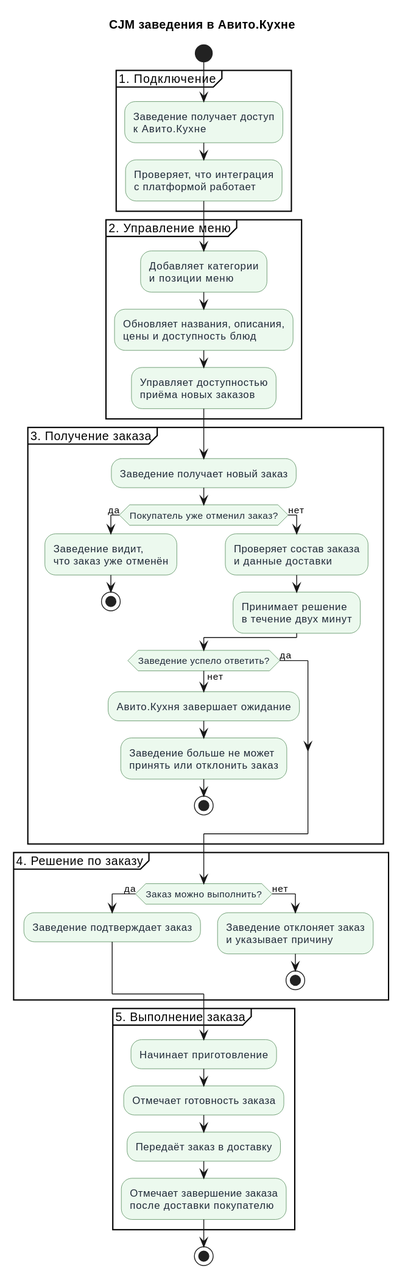
The PlantUML diagram docs/diagrams/establishment-cjm.svg in DevDashkovsky/kitchen-avito, before a commit.
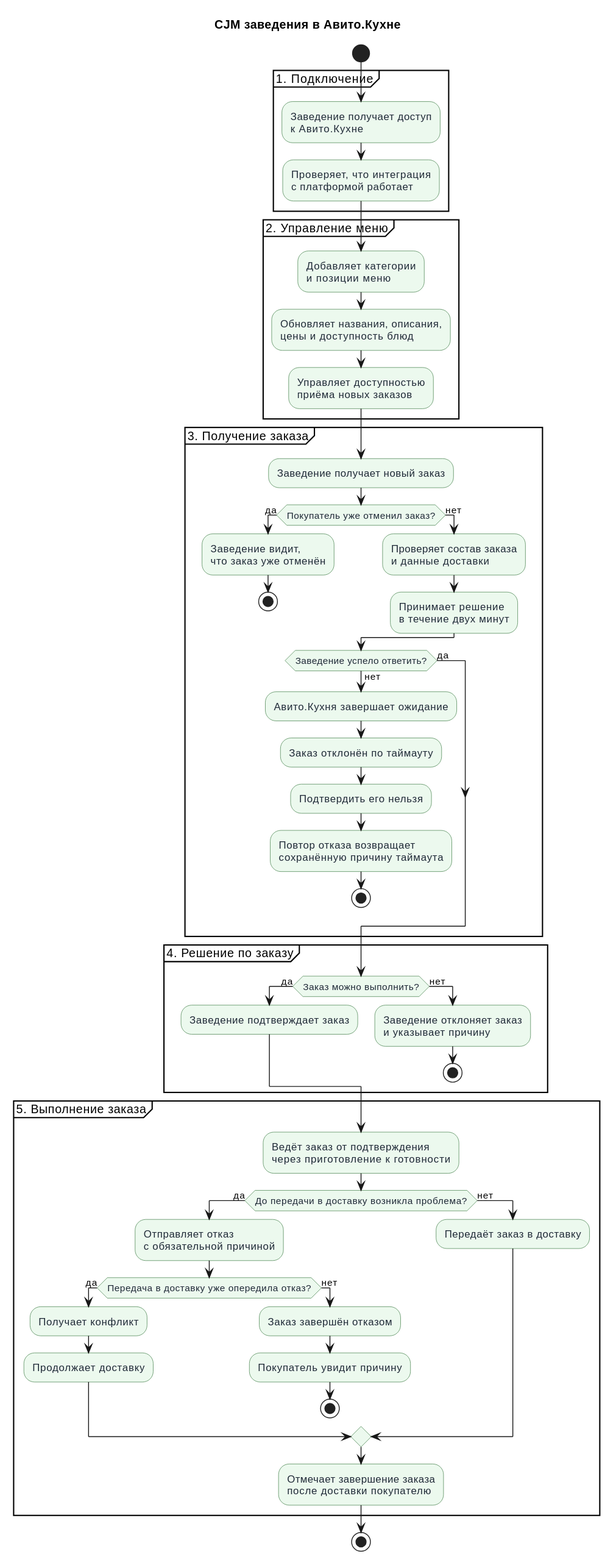
Above is the later version.

What changed in the source:
```diff
@@ -43,8 +43,10 @@
   if (Заведение успело ответить?) then (да)
   else (нет)
     :Авито.Кухня завершает ожидание;
-    :Заведение больше не может
-    принять или отклонить заказ;
+    :Заказ отклонён по таймауту;
+    :Подтвердить его нельзя;
+    :Повтор отказа возвращает
+    сохранённую причину таймаута;
     stop
   endif
 }
@@ -60,9 +62,22 @@
 }
 
 partition "5. Выполнение заказа" {
-  :Начинает приготовление;
-  :Отмечает готовность заказа;
-  :Передаёт заказ в доставку;
+  :Ведёт заказ от подтверждения
+  через приготовление к готовности;
+  if (До передачи в доставку возникла проблема?) then (да)
+    :Отправляет отказ
+    с обязательной причиной;
+    if (Передача в доставку уже опередила отказ?) then (да)
+      :Получает конфликт;
+      :Продолжает доставку;
+    else (нет)
+      :Заказ завершён отказом;
+      :Покупатель увидит причину;
+      stop
+    endif
+  else (нет)
+    :Передаёт заказ в доставку;
+  endif
   :Отмечает завершение заказа
   после доставки покупателю;
 }
```
